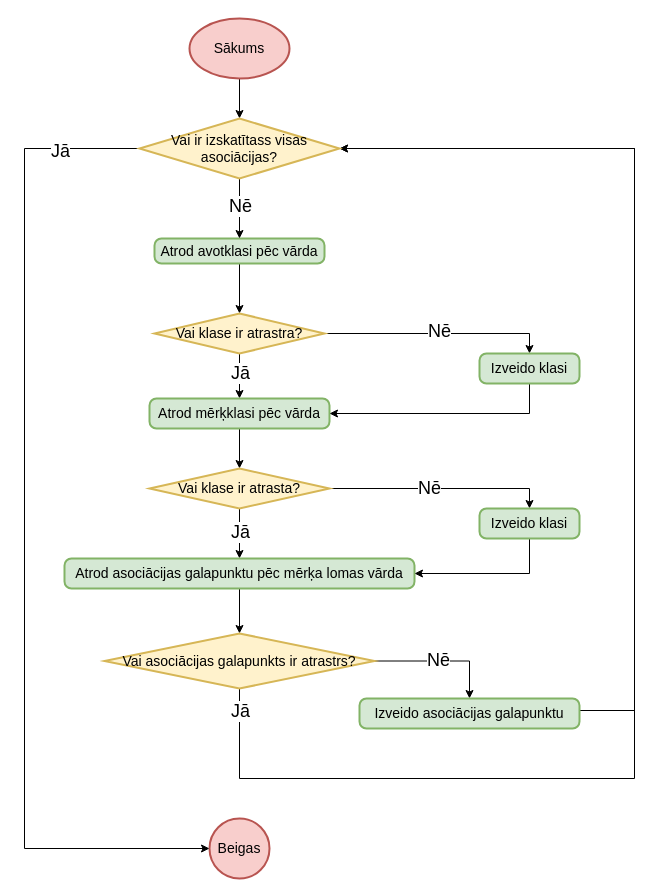
Earlier version of the draw.io diagram page "Asociācijas pārbaude" (3 of 6) of src/Qualification project/Documentation/Diagrammas/Ģenerētais kods.drawio (artiks12/webAppOS). Source tidied: cells renumbered, new cells numbered last; positions are measured from the earlier drawing's top-left corner, leaving out a move shared by most shapes. Both pictures are drawn from the tidied source at 100%, with x=0, y=0 at pixel (24, 18).
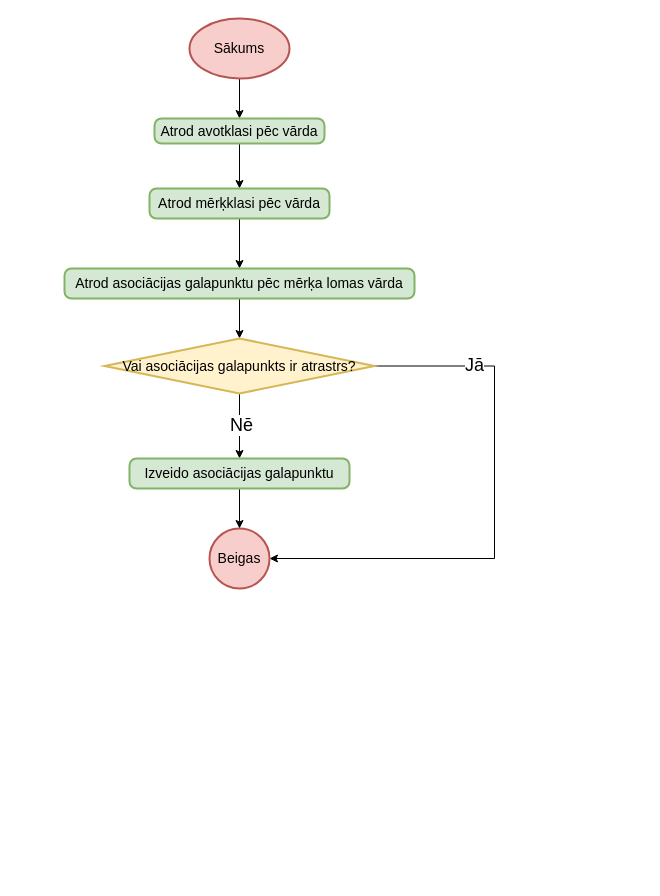
Above is the later version.

Unchanged cells that the change refers to:
```xml
<mxCell id="3" value="Sākums" style="strokeWidth=2;html=1;shape=mxgraph.flowchart.start_1;whiteSpace=wrap;fontSize=14;fillColor=#f8cecc;strokeColor=#b85450;" parent="1" vertex="1">
  <mxGeometry x="165" width="100" height="60" as="geometry" />
</mxCell>
```

The edit, as a diff of the source:
```diff
@@
-    <mxCell id="2" style="edgeStyle=orthogonalEdgeStyle;rounded=0;jettySize=auto;html=1;entryX=0.5;entryY=0;entryDx=0;entryDy=0;fontSize=18;entryPerimeter=0;" parent="1" edge="1" source="3" target="36">
+    <mxCell id="2" style="edgeStyle=orthogonalEdgeStyle;rounded=0;jettySize=auto;html=1;fontSize=18;" parent="1" edge="1" source="3" target="5">
       <mxGeometry relative="1" as="geometry" />
     </mxCell>
@@
-    <mxCell id="4" style="edgeStyle=orthogonalEdgeStyle;rounded=0;jettySize=auto;html=1;entryX=0.5;entryY=0;entryDx=0;entryDy=0;entryPerimeter=0;fontSize=18;" parent="1" edge="1" source="5" target="10">
+    <mxCell id="4" style="edgeStyle=orthogonalEdgeStyle;rounded=0;jettySize=auto;html=1;entryX=0.5;entryY=0;entryDx=0;entryDy=0;fontSize=18;" parent="1" edge="1" source="5" target="12">
       <mxGeometry relative="1" as="geometry" />
     </mxCell>
     <mxCell id="5" value="Atrod avotklasi pēc vārda" style="rounded=1;whiteSpace=wrap;html=1;absoluteArcSize=1;arcSize=14;strokeWidth=2;fontSize=14;fillColor=#d5e8d4;strokeColor=#82b366;" parent="1" vertex="1">
-      <mxGeometry x="130" y="220" width="170" height="25" as="geometry" />
+      <mxGeometry x="130" y="100" width="170" height="25" as="geometry" />
     </mxCell>
-    <mxCell id="6" style="edgeStyle=orthogonalEdgeStyle;rounded=0;jettySize=auto;html=1;entryX=0.5;entryY=0;entryDx=0;entryDy=0;fontSize=18;" parent="1" edge="1" source="10" target="12">
-      <mxGeometry relative="1" as="geometry" />
-    </mxCell>
-    <mxCell id="7" value="Jā" style="edgeLabel;html=1;align=center;verticalAlign=middle;fontSize=18;" parent="6" vertex="1">
-      <mxGeometry x="0.21" relative="1" as="geometry">
-        <mxPoint y="-8" as="offset" />
-      </mxGeometry>
-    </mxCell>
-    <mxCell id="8" style="edgeStyle=orthogonalEdgeStyle;rounded=0;jettySize=auto;html=1;entryX=0.5;entryY=0;entryDx=0;entryDy=0;fontSize=18;" parent="1" edge="1" source="10" target="26">
-      <mxGeometry relative="1" as="geometry" />
-    </mxCell>
-    <mxCell id="9" value="Nē" style="edgeLabel;html=1;align=center;verticalAlign=middle;fontSize=18;" parent="8" vertex="1">
-      <mxGeometry x="0.01" y="3" relative="1" as="geometry" />
-    </mxCell>
-    <mxCell id="10" value="Vai klase ir atrastra?" style="strokeWidth=2;html=1;shape=mxgraph.flowchart.decision;whiteSpace=wrap;fontSize=14;fillColor=#fff2cc;strokeColor=#d6b656;" parent="1" vertex="1">
-      <mxGeometry x="130" y="295" width="170" height="40" as="geometry" />
-    </mxCell>
-    <mxCell id="11" style="edgeStyle=orthogonalEdgeStyle;rounded=0;jettySize=auto;html=1;entryX=0.5;entryY=0;entryDx=0;entryDy=0;entryPerimeter=0;fontSize=18;" parent="1" edge="1" source="12" target="15">
+    <mxCell id="11" style="edgeStyle=orthogonalEdgeStyle;rounded=0;jettySize=auto;html=1;entryX=0.5;entryY=0;entryDx=0;entryDy=0;fontSize=18;" parent="1" edge="1" source="12" target="17">
       <mxGeometry relative="1" as="geometry" />
     </mxCell>
     <mxCell id="12" value="Atrod mērķklasi pēc vārda" style="rounded=1;whiteSpace=wrap;html=1;absoluteArcSize=1;arcSize=14;strokeWidth=2;fontSize=14;fillColor=#d5e8d4;strokeColor=#82b366;" parent="1" vertex="1">
-      <mxGeometry x="125" y="380" width="180" height="30" as="geometry" />
+      <mxGeometry x="125" y="170" width="180" height="30" as="geometry" />
     </mxCell>
-    <mxCell id="13" style="edgeStyle=orthogonalEdgeStyle;rounded=0;jettySize=auto;html=1;fontSize=18;" parent="1" edge="1" source="15" target="17">
-      <mxGeometry relative="1" as="geometry" />
-    </mxCell>
-    <mxCell id="14" style="edgeStyle=orthogonalEdgeStyle;rounded=0;jettySize=auto;html=1;entryX=0.5;entryY=0;entryDx=0;entryDy=0;fontSize=18;" parent="1" edge="1" source="15" target="28">
-      <mxGeometry relative="1" as="geometry" />
-    </mxCell>
-    <mxCell id="15" value="Vai klase ir atrasta?" style="strokeWidth=2;html=1;shape=mxgraph.flowchart.decision;whiteSpace=wrap;fontSize=14;fillColor=#fff2cc;strokeColor=#d6b656;" parent="1" vertex="1">
-      <mxGeometry x="125" y="450" width="180" height="40" as="geometry" />
-    </mxCell>
@@
     <mxCell id="17" value="Atrod asociācijas galapunktu pēc mērķa lomas vārda" style="rounded=1;whiteSpace=wrap;html=1;absoluteArcSize=1;arcSize=14;strokeWidth=2;fontSize=14;fillColor=#d5e8d4;strokeColor=#82b366;" parent="1" vertex="1">
-      <mxGeometry x="40" y="540" width="350" height="30" as="geometry" />
+      <mxGeometry x="40" y="250" width="350" height="30" as="geometry" />
     </mxCell>
-    <mxCell id="18" style="edgeStyle=orthogonalEdgeStyle;rounded=0;jettySize=auto;html=1;entryX=1;entryY=0.5;entryDx=0;entryDy=0;fontSize=18;exitX=0.5;exitY=1;exitDx=0;exitDy=0;exitPerimeter=0;entryPerimeter=0;" parent="1" edge="1" source="21" target="36">
-      <mxGeometry relative="1" as="geometry">
-        <Array as="points">
-          <mxPoint x="215" y="760" />
-          <mxPoint x="610" y="760" />
-          <mxPoint x="610" y="130" />
-        </Array>
-      </mxGeometry>
-    </mxCell>
-    <mxCell id="19" style="edgeStyle=orthogonalEdgeStyle;rounded=0;jettySize=auto;html=1;fontSize=18;entryX=0.5;entryY=0;entryDx=0;entryDy=0;exitX=1;exitY=0.5;exitDx=0;exitDy=0;exitPerimeter=0;" parent="1" edge="1" source="21" target="31">
+    <mxCell id="19" style="edgeStyle=orthogonalEdgeStyle;rounded=0;jettySize=auto;html=1;fontSize=18;entryX=0.5;entryY=0;entryDx=0;entryDy=0;exitX=0.5;exitY=1;exitDx=0;exitDy=0;exitPerimeter=0;" parent="1" edge="1" source="21" target="31">
       <mxGeometry relative="1" as="geometry" />
     </mxCell>
@@
+    <mxCell id="37" style="edgeStyle=orthogonalEdgeStyle;rounded=0;jettySize=auto;html=1;entryX=1;entryY=0.5;entryDx=0;entryDy=0;entryPerimeter=0;fontSize=18;" parent="1" edge="1" source="21" target="22">
+      <mxGeometry relative="1" as="geometry">
+        <Array as="points">
+          <mxPoint x="470" y="348" />
+          <mxPoint x="470" y="540" />
+        </Array>
+      </mxGeometry>
+    </mxCell>
+    <mxCell id="38" value="Jā" style="edgeLabel;html=1;align=center;verticalAlign=middle;fontSize=18;" parent="37" vertex="1">
+      <mxGeometry x="-0.63" y="2" relative="1" as="geometry">
+        <mxPoint y="1" as="offset" />
+      </mxGeometry>
+    </mxCell>
     <mxCell id="21" value="Vai asociācijas galapunkts ir atrastrs?" style="strokeWidth=2;html=1;shape=mxgraph.flowchart.decision;whiteSpace=wrap;fontSize=14;fillColor=#fff2cc;strokeColor=#d6b656;" parent="1" vertex="1">
-      <mxGeometry x="80" y="615" width="270" height="55" as="geometry" />
+      <mxGeometry x="80" y="320" width="270" height="55" as="geometry" />
     </mxCell>
     <mxCell id="22" value="Beigas" style="strokeWidth=2;html=1;shape=mxgraph.flowchart.start_2;whiteSpace=wrap;fontSize=14;fillColor=#f8cecc;strokeColor=#b85450;" parent="1" vertex="1">
-      <mxGeometry x="185" y="800" width="60" height="60" as="geometry" />
+      <mxGeometry x="185" y="510" width="60" height="60" as="geometry" />
     </mxCell>
-    <mxCell id="23" value="Jā" style="edgeLabel;html=1;align=center;verticalAlign=middle;fontSize=18;" parent="1" vertex="1">
-      <mxGeometry x="215" y="513" as="geometry" />
-    </mxCell>
-    <mxCell id="24" value="Jā" style="edgeLabel;html=1;align=center;verticalAlign=middle;fontSize=18;" parent="1" vertex="1">
-      <mxGeometry x="215" y="692" as="geometry" />
-    </mxCell>
-    <mxCell id="25" style="edgeStyle=orthogonalEdgeStyle;rounded=0;jettySize=auto;html=1;entryX=1;entryY=0.5;entryDx=0;entryDy=0;fontSize=18;exitX=0.5;exitY=1;exitDx=0;exitDy=0;" parent="1" edge="1" source="26" target="12">
-      <mxGeometry relative="1" as="geometry" />
-    </mxCell>
-    <mxCell id="26" value="Izveido klasi" style="rounded=1;whiteSpace=wrap;html=1;absoluteArcSize=1;arcSize=14;strokeWidth=2;fontSize=14;fillColor=#d5e8d4;strokeColor=#82b366;" parent="1" vertex="1">
-      <mxGeometry x="455" y="335" width="100" height="30" as="geometry" />
-    </mxCell>
-    <mxCell id="27" style="edgeStyle=orthogonalEdgeStyle;rounded=0;jettySize=auto;html=1;entryX=1;entryY=0.5;entryDx=0;entryDy=0;fontSize=18;exitX=0.5;exitY=1;exitDx=0;exitDy=0;" parent="1" edge="1" source="28" target="17">
-      <mxGeometry relative="1" as="geometry" />
-    </mxCell>
-    <mxCell id="28" value="Izveido klasi" style="rounded=1;whiteSpace=wrap;html=1;absoluteArcSize=1;arcSize=14;strokeWidth=2;fontSize=14;fillColor=#d5e8d4;strokeColor=#82b366;" parent="1" vertex="1">
-      <mxGeometry x="455" y="490" width="100" height="30" as="geometry" />
-    </mxCell>
-    <mxCell id="29" value="Nē" style="text;html=1;align=center;verticalAlign=middle;strokeColor=none;fillColor=none;fontSize=18;labelBackgroundColor=default;" parent="1" vertex="1">
-      <mxGeometry x="385" y="455" width="40" height="30" as="geometry" />
-    </mxCell>
-    <mxCell id="30" style="edgeStyle=orthogonalEdgeStyle;rounded=0;jettySize=auto;html=1;entryX=1;entryY=0.5;entryDx=0;entryDy=0;entryPerimeter=0;fontSize=18;" parent="1" edge="1" source="31" target="36">
-      <mxGeometry relative="1" as="geometry">
-        <Array as="points">
-          <mxPoint x="610" y="692" />
-          <mxPoint x="610" y="130" />
-        </Array>
-      </mxGeometry>
-    </mxCell>
+    <mxCell id="39" style="edgeStyle=orthogonalEdgeStyle;rounded=0;jettySize=auto;html=1;fontSize=18;" parent="1" edge="1" source="31" target="22">
+      <mxGeometry relative="1" as="geometry" />
+    </mxCell>
     <mxCell id="31" value="Izveido asociācijas galapunktu" style="rounded=1;whiteSpace=wrap;html=1;absoluteArcSize=1;arcSize=14;strokeWidth=2;fontSize=14;fillColor=#d5e8d4;strokeColor=#82b366;" parent="1" vertex="1">
-      <mxGeometry x="335" y="680" width="220" height="30" as="geometry" />
+      <mxGeometry x="105" y="440" width="220" height="30" as="geometry" />
     </mxCell>
-    <mxCell id="32" style="edgeStyle=orthogonalEdgeStyle;rounded=0;jettySize=auto;html=1;entryX=0.5;entryY=0;entryDx=0;entryDy=0;" parent="1" edge="1" source="36" target="5">
-      <mxGeometry relative="1" as="geometry" />
-    </mxCell>
-    <mxCell id="33" value="&lt;font style=&quot;font-size: 18px&quot;&gt;Nē&lt;/font&gt;" style="edgeLabel;html=1;align=center;verticalAlign=middle;" parent="32" vertex="1">
-      <mxGeometry x="-0.6" y="-2" relative="1" as="geometry">
-        <mxPoint x="2" y="15" as="offset" />
-      </mxGeometry>
-    </mxCell>
-    <mxCell id="34" style="edgeStyle=orthogonalEdgeStyle;rounded=0;jettySize=auto;html=1;entryX=0;entryY=0.5;entryDx=0;entryDy=0;entryPerimeter=0;fontSize=18;" parent="1" edge="1" source="36" target="22">
-      <mxGeometry relative="1" as="geometry">
-        <Array as="points">
-          <mxPoint y="130" />
-          <mxPoint y="830" />
-        </Array>
-      </mxGeometry>
-    </mxCell>
-    <mxCell id="35" value="Jā" style="edgeLabel;html=1;align=center;verticalAlign=middle;fontSize=18;" parent="34" vertex="1">
-      <mxGeometry x="-0.84" y="2" relative="1" as="geometry" />
-    </mxCell>
-    <mxCell id="36" value="Vai ir izskatītass visas asociācijas?" style="strokeWidth=2;html=1;shape=mxgraph.flowchart.decision;whiteSpace=wrap;fontSize=14;fillColor=#fff2cc;strokeColor=#d6b656;" parent="1" vertex="1">
-      <mxGeometry x="115" y="100" width="200" height="60" as="geometry" />
-    </mxCell>
```
